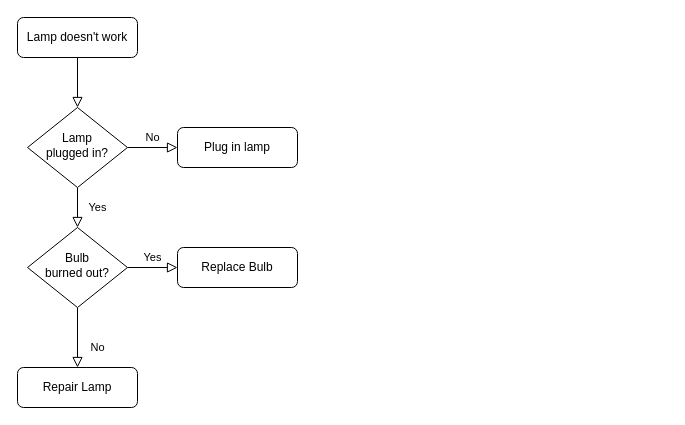
XcommkeenX/processes keeps this draw.io diagram as Unbenanntes Diagramm.drawio. Above is the earlier version. Source tidied: cells renumbered, new cells numbered last; positions are measured from the earlier drawing's top-left corner, leaving out a move shared by most shapes. Both pictures are drawn from the tidied source at 100%, with x=0, y=0 at pixel (17, 17).
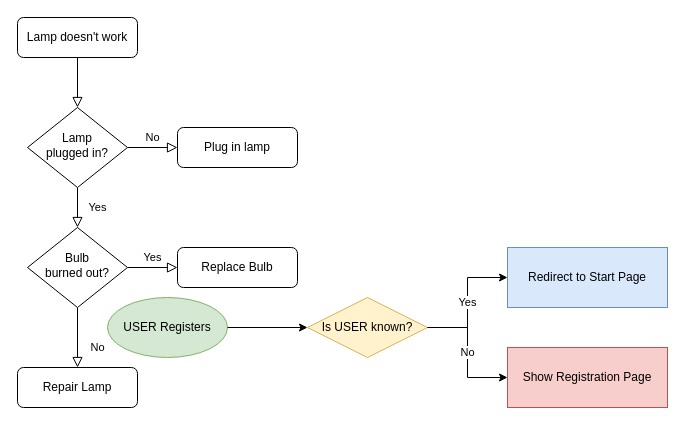
Above is the later version.

Commit message:
FirstProcessTest_Matthias

Diff of the diagram source:
```diff
@@
 <mxGraphModel>
   <root>
     <mxCell id="0" />
     <mxCell id="1" parent="0" />
     <mxCell id="2" style="rounded=0;html=1;jettySize=auto;fontSize=11;endArrow=block;endFill=0;endSize=8;strokeWidth=1;shadow=0;labelBackgroundColor=none;edgeStyle=orthogonalEdgeStyle;" parent="1" edge="1" source="3" target="6">
       <mxGeometry relative="1" as="geometry" />
     </mxCell>
     <mxCell id="3" value="Lamp doesn't work" style="rounded=1;whiteSpace=wrap;html=1;fontSize=12;glass=0;strokeWidth=1;shadow=0;" parent="1" vertex="1">
       <mxGeometry width="120" height="40" as="geometry" />
     </mxCell>
     <mxCell id="4" value="Yes" style="rounded=0;html=1;jettySize=auto;fontSize=11;endArrow=block;endFill=0;endSize=8;strokeWidth=1;shadow=0;labelBackgroundColor=none;edgeStyle=orthogonalEdgeStyle;" parent="1" edge="1" source="6" target="10">
       <mxGeometry y="20" relative="1" as="geometry" />
     </mxCell>
     <mxCell id="5" value="No" style="edgeStyle=orthogonalEdgeStyle;rounded=0;html=1;jettySize=auto;fontSize=11;endArrow=block;endFill=0;endSize=8;strokeWidth=1;shadow=0;labelBackgroundColor=none;" parent="1" edge="1" source="6" target="7">
       <mxGeometry y="10" relative="1" as="geometry" />
     </mxCell>
     <mxCell id="6" value="Lamp&lt;br&gt;plugged in?" style="rhombus;whiteSpace=wrap;html=1;shadow=0;fontFamily=Helvetica;fontSize=12;align=center;strokeWidth=1;spacing=6;spacingTop=-4;" parent="1" vertex="1">
       <mxGeometry x="10" y="90" width="100" height="80" as="geometry" />
     </mxCell>
     <mxCell id="7" value="Plug in lamp" style="rounded=1;whiteSpace=wrap;html=1;fontSize=12;glass=0;strokeWidth=1;shadow=0;" parent="1" vertex="1">
       <mxGeometry x="160" y="110" width="120" height="40" as="geometry" />
     </mxCell>
     <mxCell id="8" value="No" style="rounded=0;html=1;jettySize=auto;fontSize=11;endArrow=block;endFill=0;endSize=8;strokeWidth=1;shadow=0;labelBackgroundColor=none;edgeStyle=orthogonalEdgeStyle;" parent="1" edge="1" source="10" target="11">
       <mxGeometry x="0.33" y="20" relative="1" as="geometry" />
     </mxCell>
     <mxCell id="9" value="Yes" style="edgeStyle=orthogonalEdgeStyle;rounded=0;html=1;jettySize=auto;fontSize=11;endArrow=block;endFill=0;endSize=8;strokeWidth=1;shadow=0;labelBackgroundColor=none;" parent="1" edge="1" source="10" target="12">
       <mxGeometry y="10" relative="1" as="geometry" />
     </mxCell>
     <mxCell id="10" value="Bulb&lt;br&gt;burned out?" style="rhombus;whiteSpace=wrap;html=1;shadow=0;fontFamily=Helvetica;fontSize=12;align=center;strokeWidth=1;spacing=6;spacingTop=-4;" parent="1" vertex="1">
       <mxGeometry x="10" y="210" width="100" height="80" as="geometry" />
     </mxCell>
     <mxCell id="11" value="Repair Lamp" style="rounded=1;whiteSpace=wrap;html=1;fontSize=12;glass=0;strokeWidth=1;shadow=0;" parent="1" vertex="1">
       <mxGeometry y="350" width="120" height="40" as="geometry" />
     </mxCell>
     <mxCell id="12" value="Replace Bulb" style="rounded=1;whiteSpace=wrap;html=1;fontSize=12;glass=0;strokeWidth=1;shadow=0;" parent="1" vertex="1">
       <mxGeometry x="160" y="230" width="120" height="40" as="geometry" />
     </mxCell>
+    <mxCell id="13" value="USER Registers" style="ellipse;whiteSpace=wrap;html=1;fillColor=#d5e8d4;strokeColor=#82b366;" parent="1" vertex="1">
+      <mxGeometry x="90" y="280" width="120" height="60" as="geometry" />
+    </mxCell>
+    <mxCell id="14" value="Is USER known?" style="rhombus;whiteSpace=wrap;html=1;fillColor=#fff2cc;strokeColor=#d6b656;" parent="1" vertex="1">
+      <mxGeometry x="290" y="280" width="120" height="60" as="geometry" />
+    </mxCell>
+    <mxCell id="15" value="Redirect to Start Page" style="rectangle;whiteSpace=wrap;html=1;fillColor=#dae8fc;strokeColor=#6c8ebf;" parent="1" vertex="1">
+      <mxGeometry x="490" y="230" width="160" height="60" as="geometry" />
+    </mxCell>
+    <mxCell id="16" value="Show Registration Page" style="rectangle;whiteSpace=wrap;html=1;fillColor=#f8cecc;strokeColor=#b85450;" parent="1" vertex="1">
+      <mxGeometry x="490" y="330" width="160" height="60" as="geometry" />
+    </mxCell>
+    <mxCell id="17" style="edgeStyle=orthogonalEdgeStyle;rounded=0;jettySize=auto;html=1;" parent="1" edge="1" source="13" target="14">
+      <mxGeometry relative="1" as="geometry" />
+    </mxCell>
+    <mxCell id="18" value="Yes" style="edgeStyle=orthogonalEdgeStyle;rounded=0;jettySize=auto;html=1;" parent="1" edge="1" source="14" target="15">
+      <mxGeometry relative="1" as="geometry" />
+    </mxCell>
+    <mxCell id="19" value="No" style="edgeStyle=orthogonalEdgeStyle;rounded=0;jettySize=auto;html=1;" parent="1" edge="1" source="14" target="16">
+      <mxGeometry relative="1" as="geometry" />
+    </mxCell>
   </root>
 </mxGraphModel>
```
